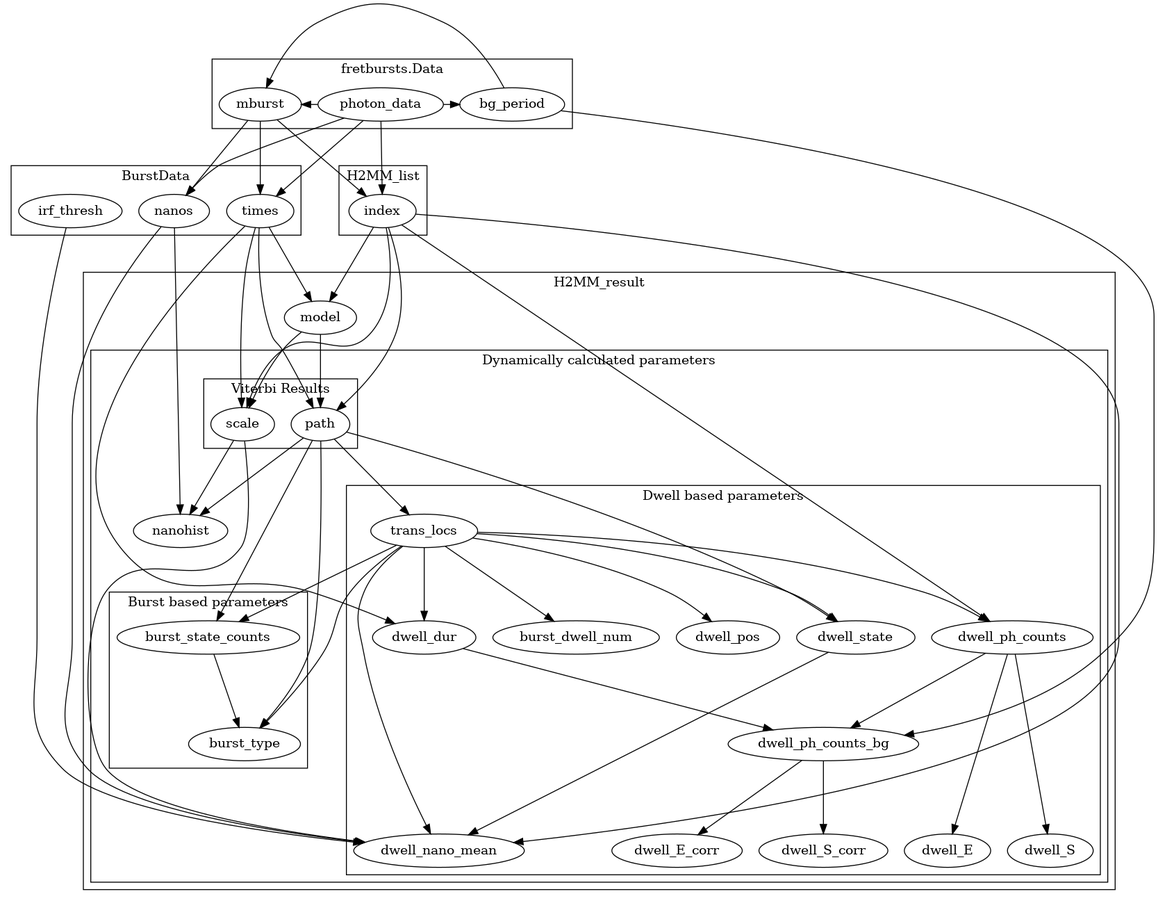
This is docs/source/images/result_params.png from harripd/burstH2MM, a Graphviz export, as it was before one commit. Its source is kept beside it as docs/source/images/result_params.dot.
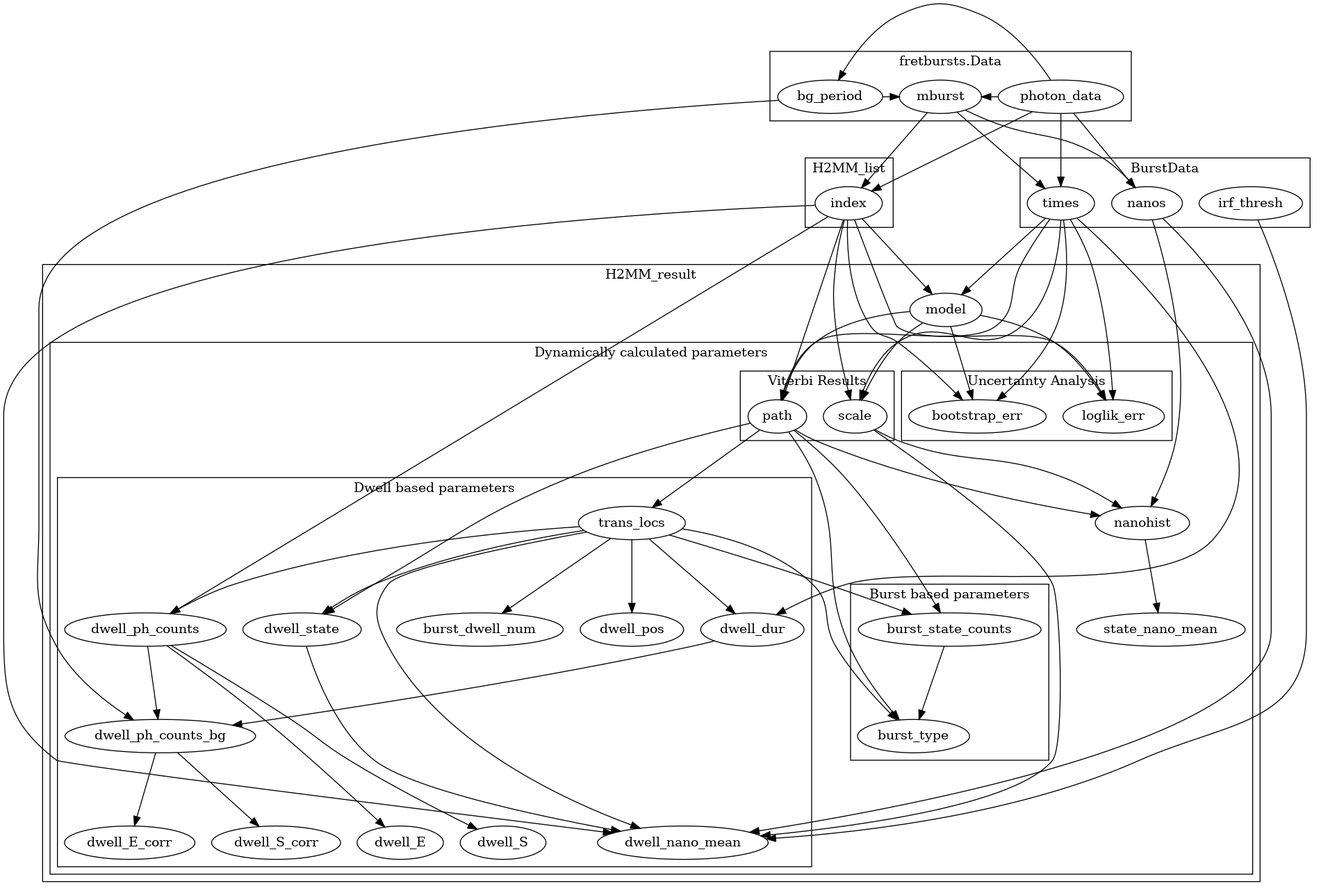
Above is the later version.

Diff of the diagram source:
```diff
@@ -19,8 +19,9 @@
 }
 {index, times} -> model;
 {photon_data, mburst} -> {times, index, nanos};
-{model, times, index} -> {path, scale};
+{model, times, index} -> {path, scale, loglik_err, bootstrap_err};
 {path, nanos, scale} -> nanohist;
+nanohist -> state_nano_mean;
 {path, trans_locs} -> {burst_type, burst_state_counts};
 {times, trans_locs} -> dwell_dur;
 {index, trans_locs} -> dwell_ph_counts;
@@ -33,20 +34,26 @@
 subgraph cluster4{
 label="Dynamically calculated parameters";
 
+subgraph cluster5{
+label="Uncertainty Analysis"
+loglik_err;
+bootstrap_err;
+}
 nanohist;
+state_nano_mean;
 
-subgraph cluster5{
+subgraph cluster6{
 label="Burst based parameters"
 burst_state_counts -> burst_type;
 }
-subgraph cluster6{
+subgraph cluster7{
 label="Viterbi Results";
 path;
 scale;
 }
 path -> trans_locs;
 {path, trans_locs} -> dwell_state;
-subgraph cluster7{
+subgraph cluster8{
 label="Dwell based parameters"
 dwell_dur;
 dwell_nano_mean;
```
